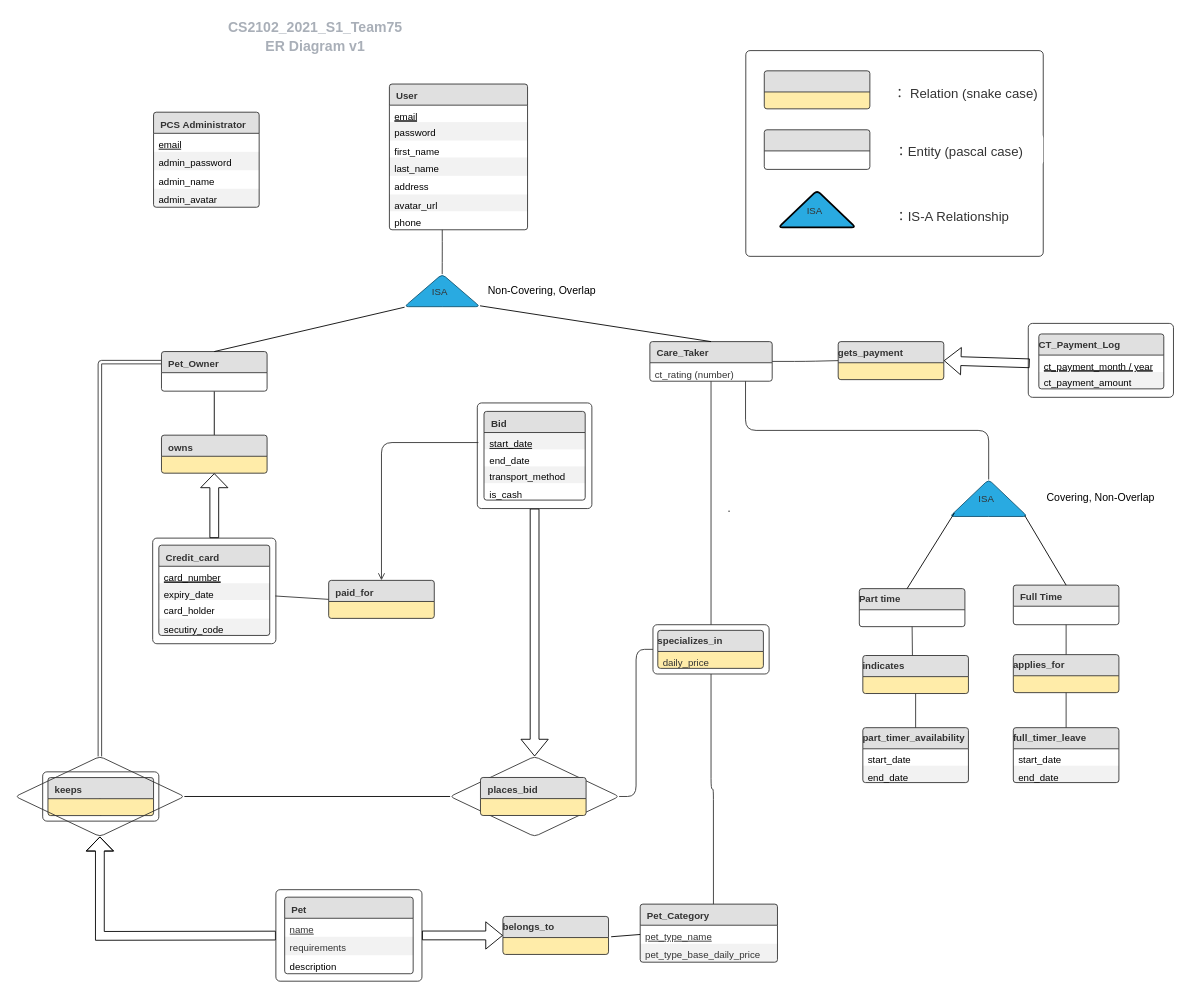
Earlier version of the draw.io diagram er_diagram.drawio (tysg/petpets). Source tidied: cells renumbered, new cells numbered last; positions are measured from the earlier drawing's top-left corner, leaving out a move shared by most shapes. Both pictures are drawn from the tidied source at 88%, with x=0, y=0 at pixel (15, 15).
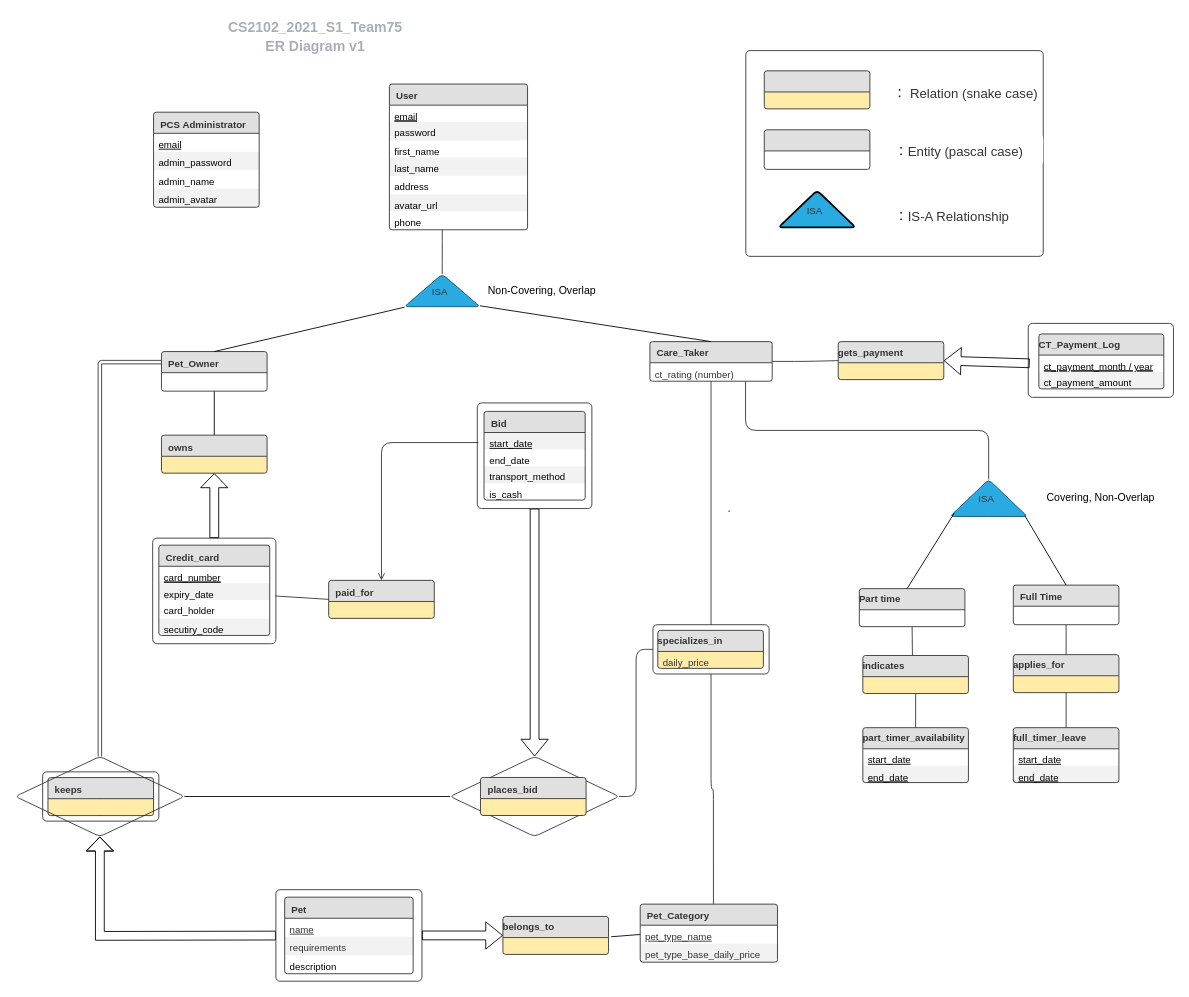
After the change.

Commit message:
Add new key attributes for schedules.drawio

Unchanged cells that the change refers to:
```xml
<mxCell id="87" value="part_timer_availability" style="html=1;whiteSpace=wrap;swimlane;horizontal=1;swimlaneFillColor=#ffffff;startSize=24;fontSize=11;fontColor=#333333;align=left;spacing=0;strokeColor=#333333;strokeOpacity=100;fillOpacity=100;rounded=1;absoluteArcSize=1;arcSize=6;fillColor=#ffffff;fillColor=#e0e0e0;" parent="1" vertex="1">
  <mxGeometry x="963" y="809.4" width="120" height="62.4" as="geometry" />
</mxCell>
<mxCell id="90" value="full_timer_leave" style="html=1;whiteSpace=wrap;swimlane;horizontal=1;swimlaneFillColor=#ffffff;startSize=24;fontSize=11;fontColor=#333333;align=left;spacing=0;strokeColor=#333333;strokeOpacity=100;fillOpacity=100;rounded=1;absoluteArcSize=1;arcSize=6;fillColor=#ffffff;fillColor=#e0e0e0;" parent="1" vertex="1">
  <mxGeometry x="1134" y="809.4" width="120" height="62.4" as="geometry" />
</mxCell>
```

Change to the diagram source:
```diff
@@
-    <mxCell id="88" value="  start_date" style="strokeColor=none;align=left;verticalAlign=top;spacingLeft=4;spacingRight=4;overflow=hidden;html=1;swimlaneFillColor=#ffffff;fontSize=11;fillColor=none;strokeOpacity=100;fillOpacity=100;" parent="87" vertex="1">
+    <mxCell id="88" value="&lt;u&gt;  start_date&lt;/u&gt;" style="strokeColor=none;align=left;verticalAlign=top;spacingLeft=4;spacingRight=4;overflow=hidden;html=1;swimlaneFillColor=#ffffff;fontSize=11;fillColor=none;strokeOpacity=100;fillOpacity=100;" parent="87" vertex="1">
       <mxGeometry y="24" width="120" height="19.2" as="geometry" />
     </mxCell>
-    <mxCell id="89" value="  end_date" style="strokeColor=none;align=left;verticalAlign=top;spacingLeft=4;spacingRight=4;overflow=hidden;html=1;swimlaneFillColor=#ffffff;fontSize=11;fillColor=#000000;opacity=5;" parent="87" vertex="1">
+    <mxCell id="89" value="&lt;u&gt;  end_date&lt;/u&gt;" style="strokeColor=none;align=left;verticalAlign=top;spacingLeft=4;spacingRight=4;overflow=hidden;html=1;swimlaneFillColor=#ffffff;fontSize=11;fillColor=#000000;opacity=5;" parent="87" vertex="1">
       <mxGeometry y="43.2" width="120" height="19.2" as="geometry" />
     </mxCell>
@@
-    <mxCell id="91" value="  start_date" style="strokeColor=none;align=left;verticalAlign=top;spacingLeft=4;spacingRight=4;overflow=hidden;html=1;swimlaneFillColor=#ffffff;fontSize=11;fillColor=none;strokeOpacity=100;fillOpacity=100;" parent="90" vertex="1">
+    <mxCell id="91" value="&lt;u&gt;  start_date&lt;/u&gt;" style="strokeColor=none;align=left;verticalAlign=top;spacingLeft=4;spacingRight=4;overflow=hidden;html=1;swimlaneFillColor=#ffffff;fontSize=11;fillColor=none;strokeOpacity=100;fillOpacity=100;" parent="90" vertex="1">
       <mxGeometry y="24" width="120" height="19.2" as="geometry" />
     </mxCell>
-    <mxCell id="92" value="  end_date" style="strokeColor=none;align=left;verticalAlign=top;spacingLeft=4;spacingRight=4;overflow=hidden;html=1;swimlaneFillColor=#ffffff;fontSize=11;fillColor=#000000;opacity=5;" parent="90" vertex="1">
+    <mxCell id="92" value="&lt;u&gt;  end_date&lt;/u&gt;" style="strokeColor=none;align=left;verticalAlign=top;spacingLeft=4;spacingRight=4;overflow=hidden;html=1;swimlaneFillColor=#ffffff;fontSize=11;fillColor=#000000;opacity=5;" parent="90" vertex="1">
       <mxGeometry y="43.2" width="120" height="19.2" as="geometry" />
     </mxCell>
```
